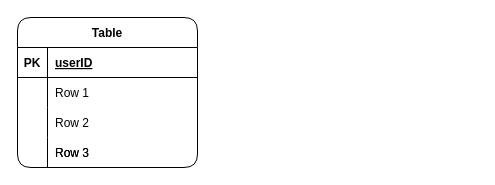
This is draw/demo.drawio from liang-pipi/Draw, a draw.io file, before an edit. Source tidied: cells renumbered, new cells numbered last; positions are measured from the earlier drawing's top-left corner, leaving out a move shared by most shapes. Both pictures are drawn from the tidied source at 100%, with x=0, y=0 at pixel (17, 17).
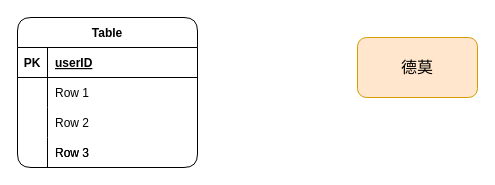
The same page after the edit.

The edit, as a diff of the source:
```diff
@@
 <mxGraphModel>
   <root>
     <mxCell id="0" />
     <mxCell id="1" parent="0" />
     <mxCell id="2" value="Table" style="shape=table;startSize=30;childLayout=tableLayout;rowLines=0;fontStyle=1;align=center;rounded=1;" parent="1" vertex="1">
       <mxGeometry width="180" height="150" as="geometry" />
     </mxCell>
     <mxCell id="3" style="shape=tableRow;horizontal=0;startSize=0;swimlaneHead=0;swimlaneBody=0;fillColor=none;top=0;left=0;right=0;bottom=1;rounded=1;" parent="2" vertex="1">
       <mxGeometry y="30" width="180" height="30" as="geometry" />
     </mxCell>
     <mxCell id="4" value="PK" style="shape=partialRectangle;fillColor=none;top=0;left=0;bottom=0;right=0;fontStyle=1;overflow=hidden;rounded=1;" parent="3" vertex="1">
       <mxGeometry width="30" height="30" as="geometry" />
     </mxCell>
     <mxCell id="5" value="userID" style="shape=partialRectangle;fillColor=none;top=0;left=0;bottom=0;right=0;align=left;spacingLeft=6;fontStyle=5;overflow=hidden;rounded=1;" parent="3" vertex="1">
       <mxGeometry x="30" width="150" height="30" as="geometry" />
     </mxCell>
     <mxCell id="6" style="shape=tableRow;horizontal=0;startSize=0;swimlaneHead=0;swimlaneBody=0;fillColor=none;top=0;left=0;right=0;bottom=0;rounded=1;" parent="2" vertex="1">
       <mxGeometry y="60" width="180" height="30" as="geometry" />
     </mxCell>
     <mxCell id="7" style="shape=partialRectangle;fillColor=none;top=0;left=0;bottom=0;right=0;overflow=hidden;rounded=1;" parent="6" vertex="1">
       <mxGeometry width="30" height="30" as="geometry" />
     </mxCell>
     <mxCell id="8" value="Row 1" style="shape=partialRectangle;fillColor=none;top=0;left=0;bottom=0;right=0;align=left;spacingLeft=6;overflow=hidden;rounded=1;" parent="6" vertex="1">
       <mxGeometry x="30" width="150" height="30" as="geometry" />
     </mxCell>
     <mxCell id="9" style="shape=tableRow;horizontal=0;startSize=0;swimlaneHead=0;swimlaneBody=0;fillColor=none;top=0;left=0;right=0;bottom=0;rounded=1;" parent="2" vertex="1">
       <mxGeometry y="90" width="180" height="30" as="geometry" />
     </mxCell>
     <mxCell id="10" style="shape=partialRectangle;fillColor=none;top=0;left=0;bottom=0;right=0;overflow=hidden;rounded=1;" parent="9" vertex="1">
       <mxGeometry width="30" height="30" as="geometry" />
     </mxCell>
     <mxCell id="11" value="Row 2" style="shape=partialRectangle;fillColor=none;top=0;left=0;bottom=0;right=0;align=left;spacingLeft=6;overflow=hidden;rounded=1;" parent="9" vertex="1">
       <mxGeometry x="30" width="150" height="30" as="geometry" />
     </mxCell>
     <mxCell id="12" style="shape=tableRow;horizontal=0;startSize=0;swimlaneHead=0;swimlaneBody=0;fillColor=none;top=0;left=0;right=0;bottom=0;rounded=1;" parent="2" vertex="1">
       <mxGeometry y="120" width="180" height="30" as="geometry" />
     </mxCell>
     <mxCell id="13" style="shape=partialRectangle;fillColor=none;top=0;left=0;bottom=0;right=0;overflow=hidden;rounded=1;" parent="12" vertex="1">
       <mxGeometry width="30" height="30" as="geometry" />
     </mxCell>
     <mxCell id="14" value="Row 3" style="shape=partialRectangle;fillColor=none;top=0;left=0;bottom=0;right=0;align=left;spacingLeft=6;overflow=hidden;rounded=1;" parent="12" vertex="1">
       <mxGeometry x="30" width="150" height="30" as="geometry" />
     </mxCell>
     <mxCell id="15" value="Row 3" style="shape=partialRectangle;fillColor=none;top=0;left=0;bottom=0;right=0;align=left;spacingLeft=6;overflow=hidden;rounded=1;" parent="1" vertex="1">
       <mxGeometry x="30" y="120" width="150" height="30" as="geometry" />
     </mxCell>
+    <mxCell id="16" value="德莫" style="rounded=1;whiteSpace=wrap;html=1;fillColor=#ffe6cc;strokeColor=#d79b00;fontSize=16;" parent="1" vertex="1">
+      <mxGeometry x="340" y="20" width="120" height="60" as="geometry" />
+    </mxCell>
   </root>
 </mxGraphModel>
```
